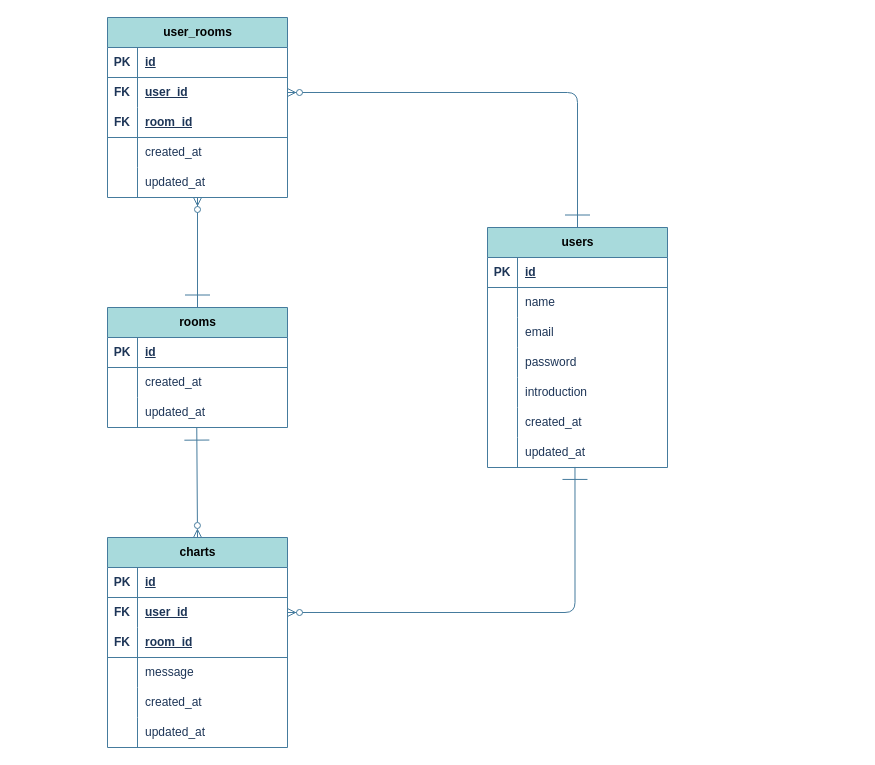
Above: DM機能.drawio in Ganmo3/drawio (draw.io), before the change. Source tidied: cells renumbered, new cells numbered last; positions are measured from the earlier drawing's top-left corner, leaving out a move shared by most shapes. Both pictures are drawn from the tidied source at 100%, with x=0, y=0 at pixel (17, 17).
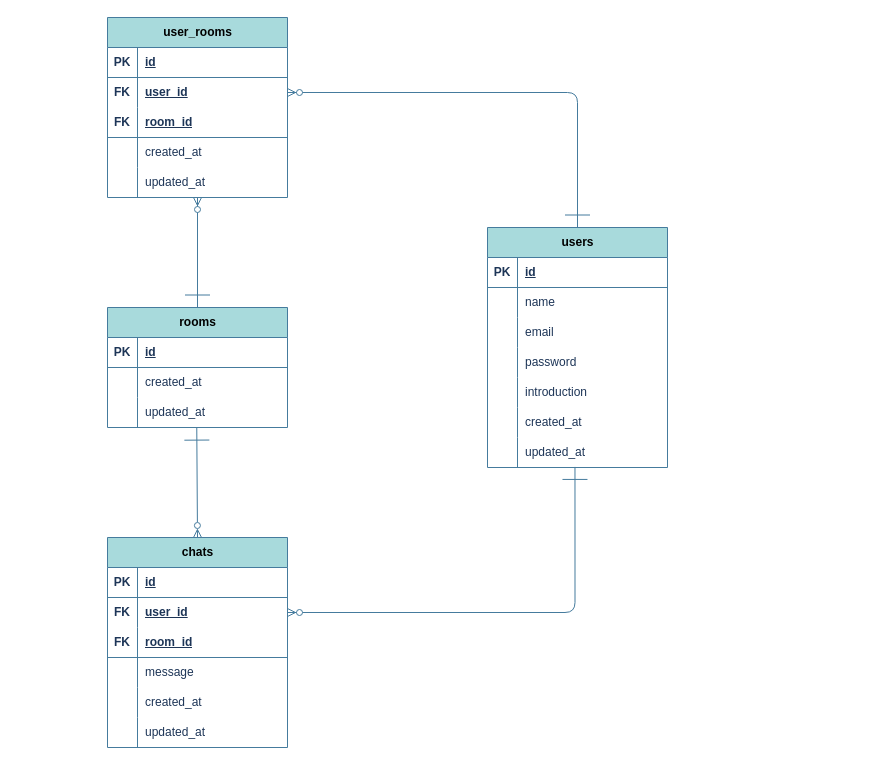
The same page after the edit.

Commit message (it also covers changes not shown here):
DM機能.drawio を更新します

The edit, as a diff of the source:
```diff
@@
-    <mxCell id="28" value="&lt;font color=&quot;#000000&quot;&gt;charts&lt;/font&gt;" style="shape=table;startSize=30;childLayout=tableLayout;rowLines=0;fontStyle=1;align=center;html=1;strokeColor=#457B9D;fontFamily=Helvetica;fontSize=12;fillColor=#A8DADC;labelBackgroundColor=none;fontColor=#1D3557;" parent="1" vertex="1">
+    <mxCell id="28" value="&lt;font color=&quot;#000000&quot;&gt;chats&lt;/font&gt;" style="shape=table;startSize=30;childLayout=tableLayout;rowLines=0;fontStyle=1;align=center;html=1;strokeColor=#457B9D;fontFamily=Helvetica;fontSize=12;fillColor=#A8DADC;labelBackgroundColor=none;fontColor=#1D3557;" parent="1" vertex="1">
       <mxGeometry x="90" y="520" width="180" height="210" as="geometry" />
     </mxCell>
```
